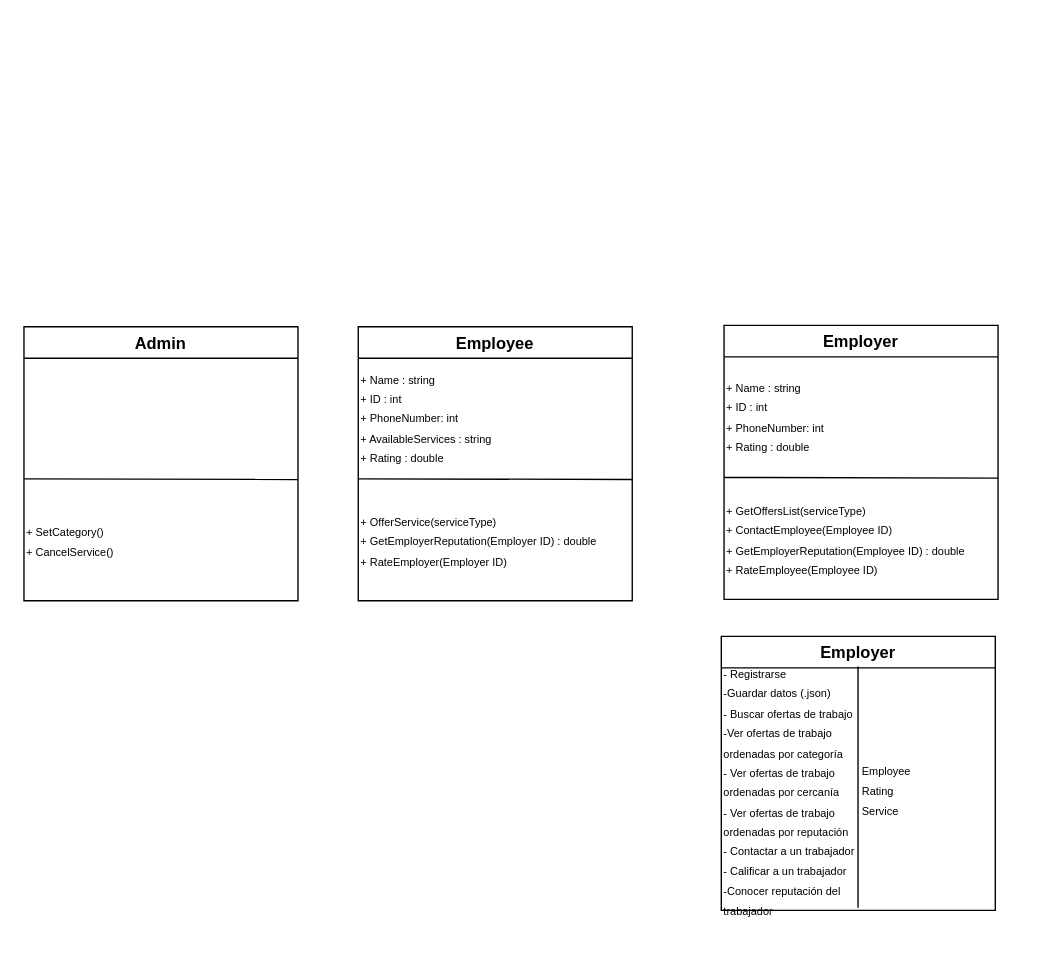
Earlier version of the draw.io diagram Diagrama UML.drawio (charlis96/Proyecto_Chatbot). Source tidied: cells renumbered, new cells numbered last; positions are measured from the earlier drawing's top-left corner, leaving out a move shared by most shapes. Both pictures are drawn from the tidied source at 137%, with x=0, y=0 at pixel (23, 325).
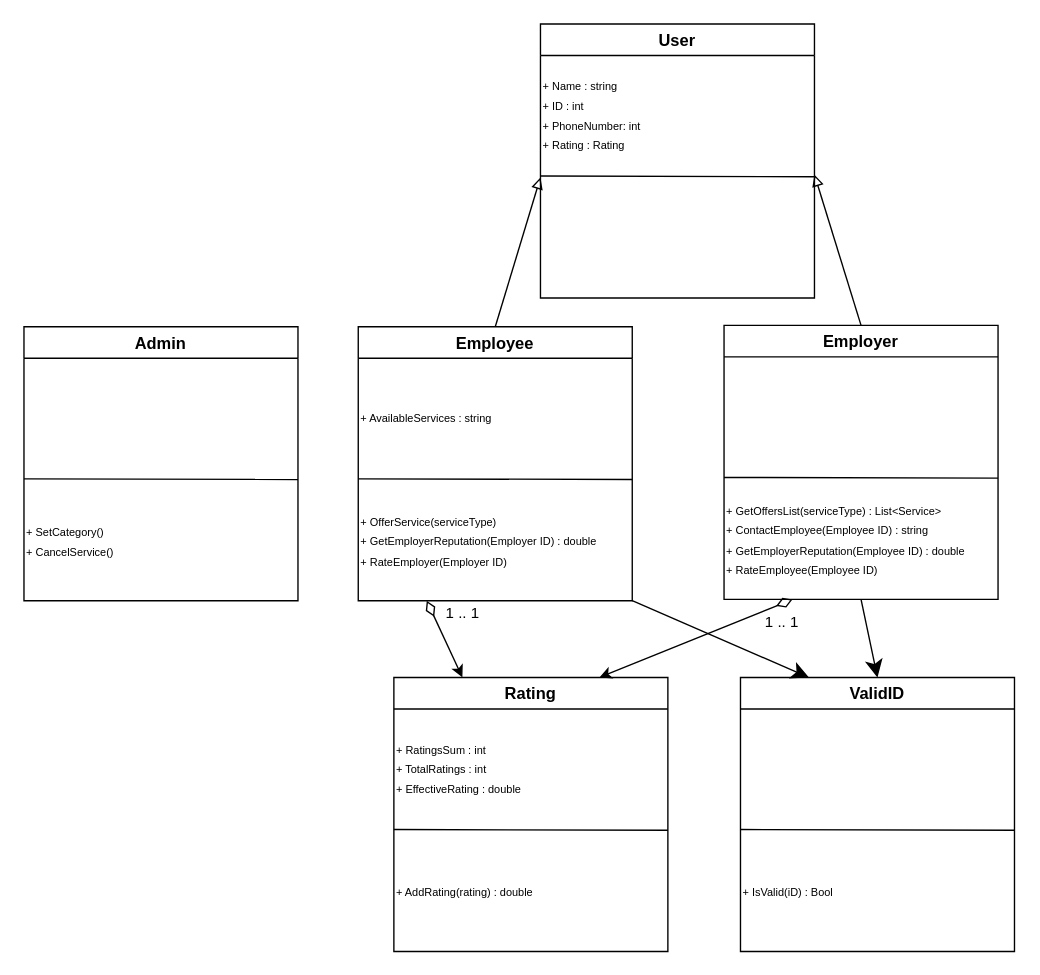
After the change.

Commit message (it also covers changes not shown here):
Creación clases varias y edición diagrama UML

The change refers to these unchanged cells:
```xml
<mxCell id="5" value="Employee" style="swimlane;" parent="1" vertex="1">
  <mxGeometry x="244" y="1" width="200" height="200" as="geometry" />
</mxCell>
<mxCell id="7" value="&lt;span style=&quot;font-size: 8px&quot;&gt;+ OfferService(serviceType)&lt;br&gt;+ GetEmployerReputation(Employer ID) : double&lt;br&gt;+ RateEmployer(Employer ID)&lt;br&gt;&lt;/span&gt;" style="text;html=1;strokeColor=none;fillColor=none;align=left;verticalAlign=middle;whiteSpace=wrap;rounded=0;" parent="5" vertex="1">
  <mxGeometry y="112" width="200" height="88" as="geometry" />
</mxCell>
<mxCell id="9" value="Employer" style="swimlane;" parent="1" vertex="1">
  <mxGeometry x="511" width="200" height="200" as="geometry" />
</mxCell>
```

Diff of the diagram source:
```diff
@@
-    <mxCell id="8" value="&lt;span style=&quot;font-size: 8px&quot;&gt;+ Name : string&lt;br&gt;+ ID : int&lt;br&gt;+ PhoneNumber: int&lt;br&gt;+ AvailableServices : string&lt;br&gt;+ Rating : double&lt;br&gt;&lt;/span&gt;" style="text;html=1;strokeColor=none;fillColor=none;align=left;verticalAlign=middle;whiteSpace=wrap;rounded=0;" parent="5" vertex="1">
+    <mxCell id="8" value="&lt;span style=&quot;font-size: 8px&quot;&gt;+ AvailableServices : string&lt;br&gt;&lt;/span&gt;" style="text;html=1;strokeColor=none;fillColor=none;align=left;verticalAlign=middle;whiteSpace=wrap;rounded=0;" parent="5" vertex="1">
       <mxGeometry y="22" width="200" height="88" as="geometry" />
     </mxCell>
@@
-    <mxCell id="11" value="&lt;span style=&quot;font-size: 8px&quot;&gt;+ GetOffersList(serviceType)&lt;br&gt;+ ContactEmployee(Employee ID)&lt;br&gt;+ GetEmployerReputation(Employee ID) : double&lt;br&gt;+ RateEmployee(Employee ID)&lt;br&gt;&lt;/span&gt;" style="text;html=1;strokeColor=none;fillColor=none;align=left;verticalAlign=middle;whiteSpace=wrap;rounded=0;" parent="9" vertex="1">
+    <mxCell id="11" value="&lt;span style=&quot;font-size: 8px&quot;&gt;+ GetOffersList(serviceType) : List&amp;lt;Service&amp;gt;&lt;br&gt;+ ContactEmployee(Employee ID) : string&lt;br&gt;+ GetEmployerReputation(Employee ID) : double&lt;br&gt;+ RateEmployee(Employee ID)&lt;br&gt;&lt;/span&gt;" style="text;html=1;strokeColor=none;fillColor=none;align=left;verticalAlign=middle;whiteSpace=wrap;rounded=0;" parent="9" vertex="1">
       <mxGeometry y="112" width="200" height="88" as="geometry" />
     </mxCell>
-    <mxCell id="12" value="&lt;span style=&quot;font-size: 8px&quot;&gt;+ Name : string&lt;br&gt;+ ID : int&lt;br&gt;+ PhoneNumber: int&lt;br&gt;+ Rating : double&lt;br&gt;&lt;/span&gt;" style="text;html=1;strokeColor=none;fillColor=none;align=left;verticalAlign=middle;whiteSpace=wrap;rounded=0;" parent="9" vertex="1">
-      <mxGeometry y="22" width="200" height="88" as="geometry" />
-    </mxCell>
-    <mxCell id="13" value="Employer" style="swimlane;" parent="1" vertex="1">
-      <mxGeometry x="509" y="227" width="200" height="200" as="geometry" />
+    <mxCell id="13" value="User" style="swimlane;" parent="1" vertex="1">
+      <mxGeometry x="377" y="-220" width="200" height="200" as="geometry" />
     </mxCell>
     <mxCell id="14" style="endArrow=none;html=1;rounded=0;" parent="13" edge="1">
       <mxGeometry relative="1" as="geometry">
-        <mxPoint x="99.8" y="198" as="sourcePoint" />
-        <mxPoint x="99.8" y="22" as="targetPoint" />
+        <mxPoint y="111" as="sourcePoint" />
+        <mxPoint x="200" y="111.5" as="targetPoint" />
       </mxGeometry>
     </mxCell>
-    <mxCell id="15" value="&lt;span style=&quot;font-size: 8px&quot;&gt;- Registrarse&lt;br&gt;-&lt;/span&gt;&lt;span style=&quot;font-size: 8px&quot;&gt;Guardar datos (.json)&lt;/span&gt;&lt;span style=&quot;font-size: 8px&quot;&gt;&lt;br&gt;- Buscar ofertas de trabajo&lt;br&gt;&lt;/span&gt;&lt;span style=&quot;font-size: 8px&quot;&gt;-Ver ofertas de trabajo ordenadas por categoría&lt;/span&gt;&lt;br style=&quot;font-size: 8px&quot;&gt;&lt;span style=&quot;font-size: 8px&quot;&gt;- Ver ofertas de trabajo ordenadas por cercanía&lt;br&gt;-&lt;/span&gt;&lt;span style=&quot;font-size: 8px&quot;&gt;&amp;nbsp;Ver ofertas de trabajo ordenadas por reputación&lt;br&gt;&lt;/span&gt;&lt;span style=&quot;font-size: 8px&quot;&gt;- Contactar a un trabajador&lt;br&gt;- Calificar a un trabajador&lt;br&gt;-Conocer reputación del trabajador&lt;br&gt;&lt;/span&gt;" style="text;html=1;strokeColor=none;fillColor=none;align=left;verticalAlign=middle;whiteSpace=wrap;rounded=0;" parent="13" vertex="1">
-      <mxGeometry y="34" width="99" height="157" as="geometry" />
-    </mxCell>
-    <mxCell id="16" value="&lt;span style=&quot;font-size: 8px&quot;&gt;Employee&lt;br&gt;&lt;/span&gt;&lt;span style=&quot;font-size: 8px&quot;&gt;Rating&lt;br&gt;Service&lt;br&gt;&lt;/span&gt;" style="text;html=1;strokeColor=none;fillColor=none;align=left;verticalAlign=middle;whiteSpace=wrap;rounded=0;" parent="13" vertex="1">
-      <mxGeometry x="101" y="24" width="99" height="176" as="geometry" />
+    <mxCell id="16" value="&lt;span style=&quot;font-size: 8px&quot;&gt;+ Name : string&lt;br&gt;+ ID : int&lt;br&gt;+ PhoneNumber: int&lt;br&gt;+ Rating : Rating&lt;br&gt;&lt;/span&gt;" style="text;html=1;strokeColor=none;fillColor=none;align=left;verticalAlign=middle;whiteSpace=wrap;rounded=0;" parent="13" vertex="1">
+      <mxGeometry y="22" width="200" height="88" as="geometry" />
     </mxCell>
+    <mxCell id="17" style="endArrow=block;html=1;entryX=0;entryY=0;entryDx=0;entryDy=0;exitX=0.5;exitY=0;exitDx=0;exitDy=0;endFill=0;" parent="1" edge="1" source="5">
+      <mxGeometry relative="1" as="geometry">
+        <mxPoint x="377" y="-108" as="targetPoint" />
+      </mxGeometry>
+    </mxCell>
+    <mxCell id="18" style="endArrow=block;html=1;entryX=1;entryY=1;entryDx=0;entryDy=0;exitX=0.5;exitY=0;exitDx=0;exitDy=0;endFill=0;" parent="1" edge="1" source="9" target="16">
+      <mxGeometry relative="1" as="geometry" />
+    </mxCell>
+    <mxCell id="19" value="Rating" style="swimlane;" parent="1" vertex="1">
+      <mxGeometry x="270" y="257" width="200" height="200" as="geometry" />
+    </mxCell>
+    <mxCell id="20" style="endArrow=none;html=1;rounded=0;" parent="19" edge="1">
+      <mxGeometry relative="1" as="geometry">
+        <mxPoint y="111" as="sourcePoint" />
+        <mxPoint x="200" y="111.5" as="targetPoint" />
+      </mxGeometry>
+    </mxCell>
+    <mxCell id="21" value="&lt;span style=&quot;font-size: 8px&quot;&gt;+ AddRating(rating) : double&lt;br&gt;&lt;/span&gt;" style="text;html=1;strokeColor=none;fillColor=none;align=left;verticalAlign=middle;whiteSpace=wrap;rounded=0;" parent="19" vertex="1">
+      <mxGeometry y="112" width="200" height="88" as="geometry" />
+    </mxCell>
+    <mxCell id="22" value="&lt;span style=&quot;font-size: 8px&quot;&gt;+ RatingsSum : int&lt;br&gt;+ TotalRatings : int&lt;br&gt;+ EffectiveRating : double&lt;br&gt;&lt;/span&gt;" style="text;html=1;strokeColor=none;fillColor=none;align=left;verticalAlign=middle;whiteSpace=wrap;rounded=0;" parent="19" vertex="1">
+      <mxGeometry y="22" width="200" height="88" as="geometry" />
+    </mxCell>
+    <mxCell id="23" style="endArrow=classic;html=1;exitX=0.25;exitY=1;exitDx=0;exitDy=0;endFill=1;startArrow=diamondThin;startFill=0;startSize=10;entryX=0.25;entryY=0;entryDx=0;entryDy=0;" parent="1" edge="1" source="7" target="19">
+      <mxGeometry relative="1" as="geometry" />
+    </mxCell>
+    <mxCell id="24" value="1 .. 1" style="edgeLabel;html=1;align=center;verticalAlign=middle;" parent="23" vertex="1">
+      <mxGeometry x="-0.5" relative="1" as="geometry">
+        <mxPoint x="19" y="-5" as="offset" />
+      </mxGeometry>
+    </mxCell>
+    <mxCell id="25" style="endArrow=classic;html=1;entryX=0.75;entryY=0;entryDx=0;entryDy=0;endFill=1;startArrow=diamondThin;startFill=0;targetPerimeterSpacing=12;startSize=10;exitX=0.25;exitY=1;exitDx=0;exitDy=0;" parent="1" edge="1" source="11" target="19">
+      <mxGeometry relative="1" as="geometry" />
+    </mxCell>
+    <mxCell id="26" value="1 .. 1" style="edgeLabel;html=1;align=center;verticalAlign=middle;" parent="25" vertex="1">
+      <mxGeometry x="-0.5" relative="1" as="geometry">
+        <mxPoint x="27" y="2" as="offset" />
+      </mxGeometry>
+    </mxCell>
+    <mxCell id="27" value="ValidID" style="swimlane;" parent="1" vertex="1">
+      <mxGeometry x="523" y="257" width="200" height="200" as="geometry" />
+    </mxCell>
+    <mxCell id="28" style="endArrow=none;html=1;rounded=0;" parent="27" edge="1">
+      <mxGeometry relative="1" as="geometry">
+        <mxPoint y="111" as="sourcePoint" />
+        <mxPoint x="200" y="111.5" as="targetPoint" />
+      </mxGeometry>
+    </mxCell>
+    <mxCell id="29" value="&lt;span style=&quot;font-size: 8px&quot;&gt;+ IsValid(iD) : Bool&lt;br&gt;&lt;/span&gt;" style="text;html=1;strokeColor=none;fillColor=none;align=left;verticalAlign=middle;whiteSpace=wrap;rounded=0;" parent="27" vertex="1">
+      <mxGeometry y="112" width="200" height="88" as="geometry" />
+    </mxCell>
+    <mxCell id="30" style="endArrow=classic;html=1;startSize=10;endSize=10;targetPerimeterSpacing=12;exitX=1;exitY=1;exitDx=0;exitDy=0;entryX=0.25;entryY=0;entryDx=0;entryDy=0;" parent="1" edge="1" source="7" target="27">
+      <mxGeometry relative="1" as="geometry" />
+    </mxCell>
+    <mxCell id="31" style="endArrow=classic;html=1;startSize=10;endSize=10;targetPerimeterSpacing=12;exitX=0.5;exitY=1;exitDx=0;exitDy=0;entryX=0.5;entryY=0;entryDx=0;entryDy=0;" parent="1" edge="1" source="11" target="27">
+      <mxGeometry relative="1" as="geometry" />
+    </mxCell>
```
